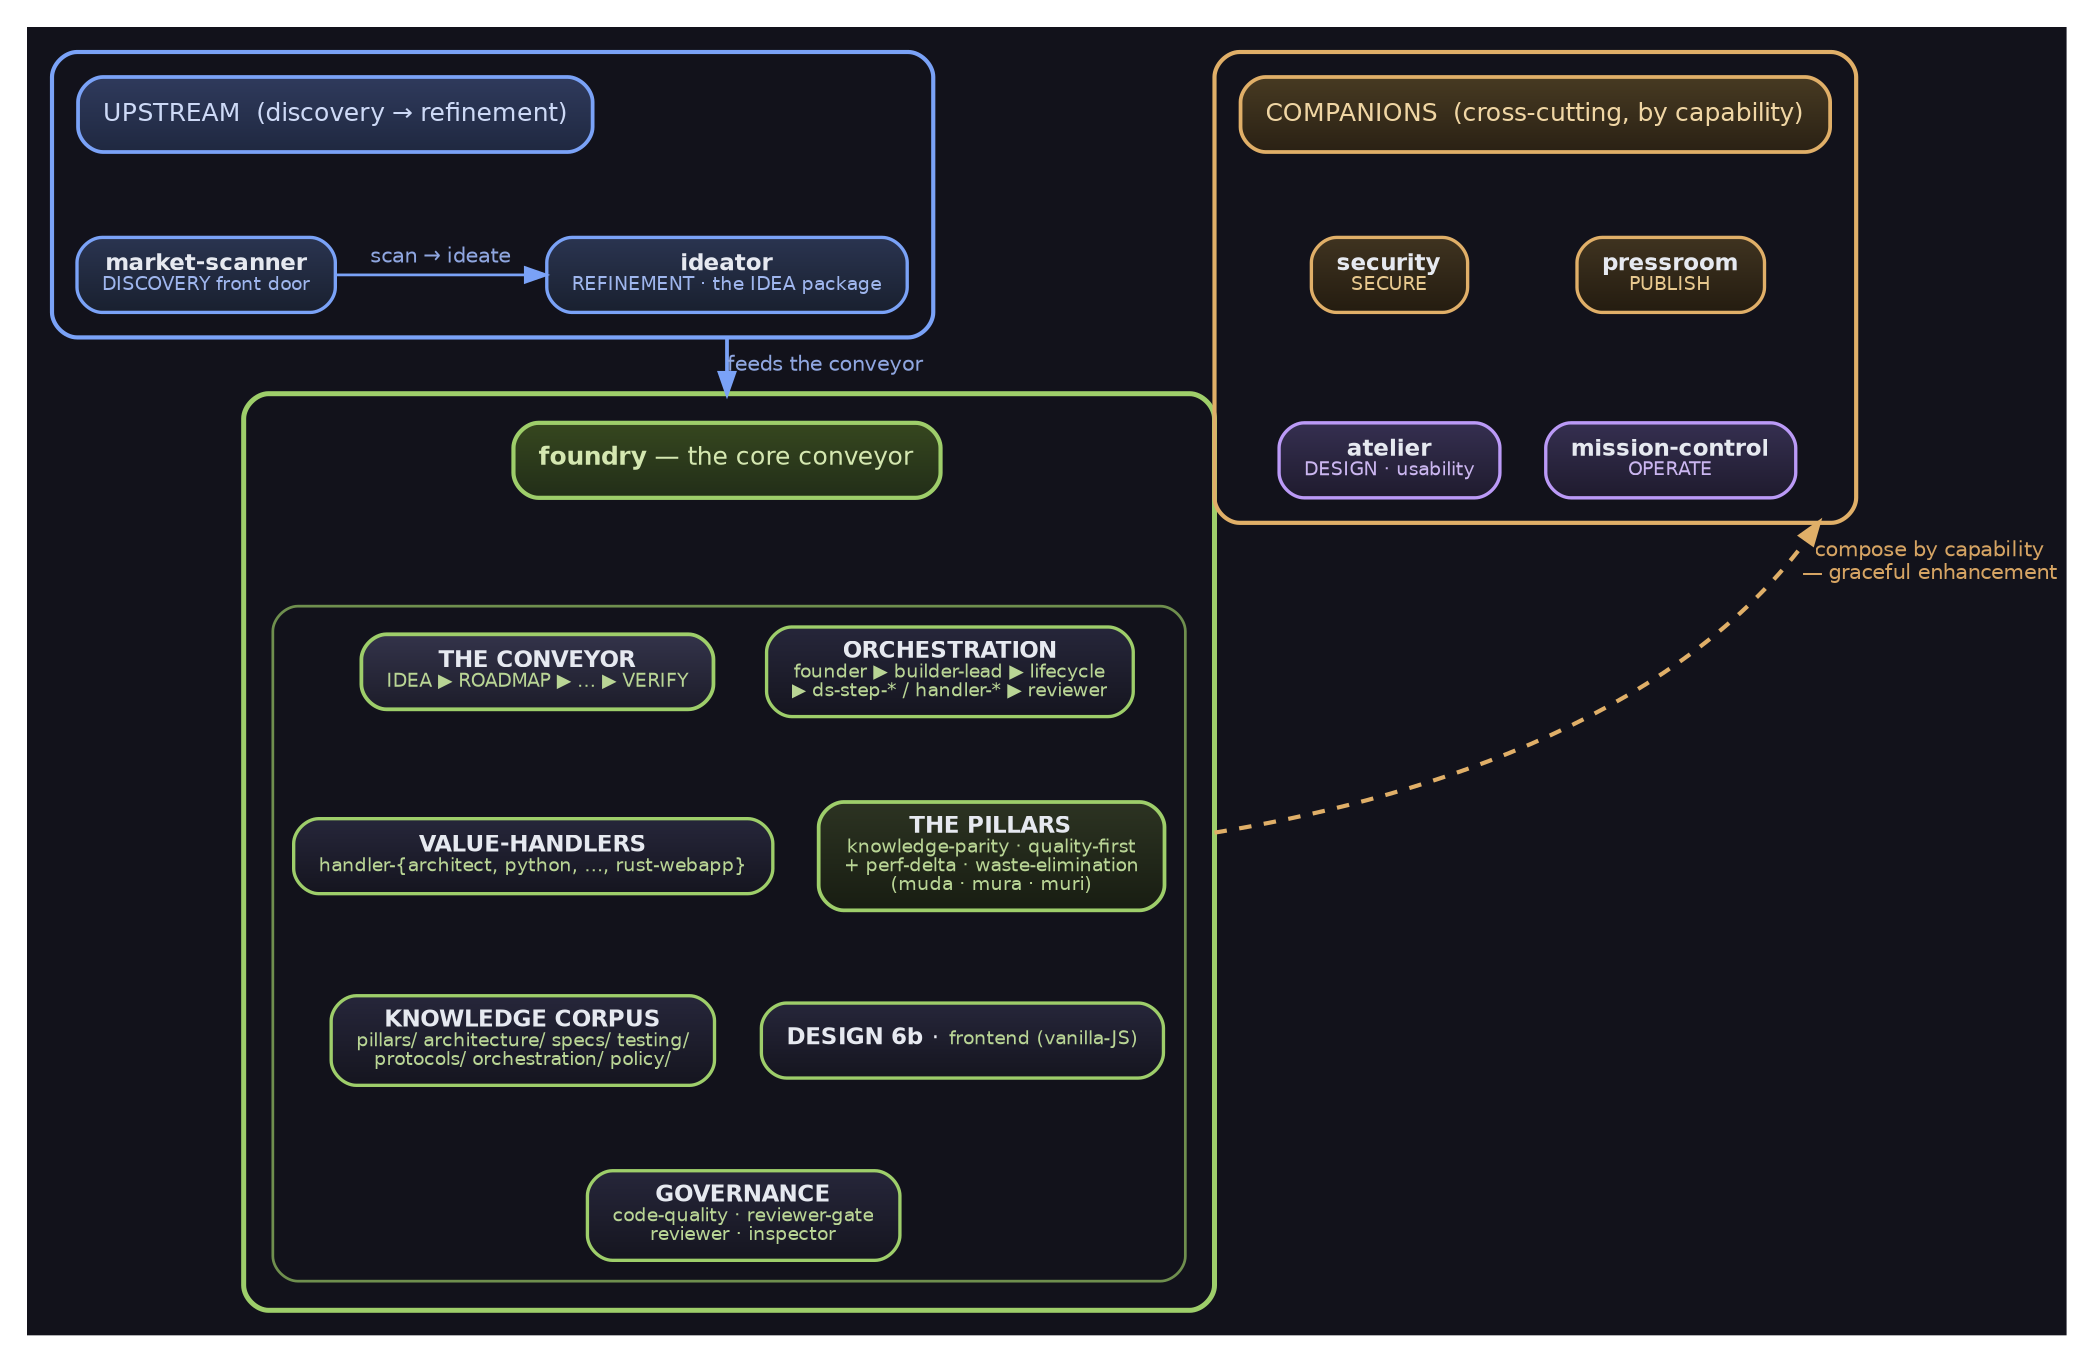
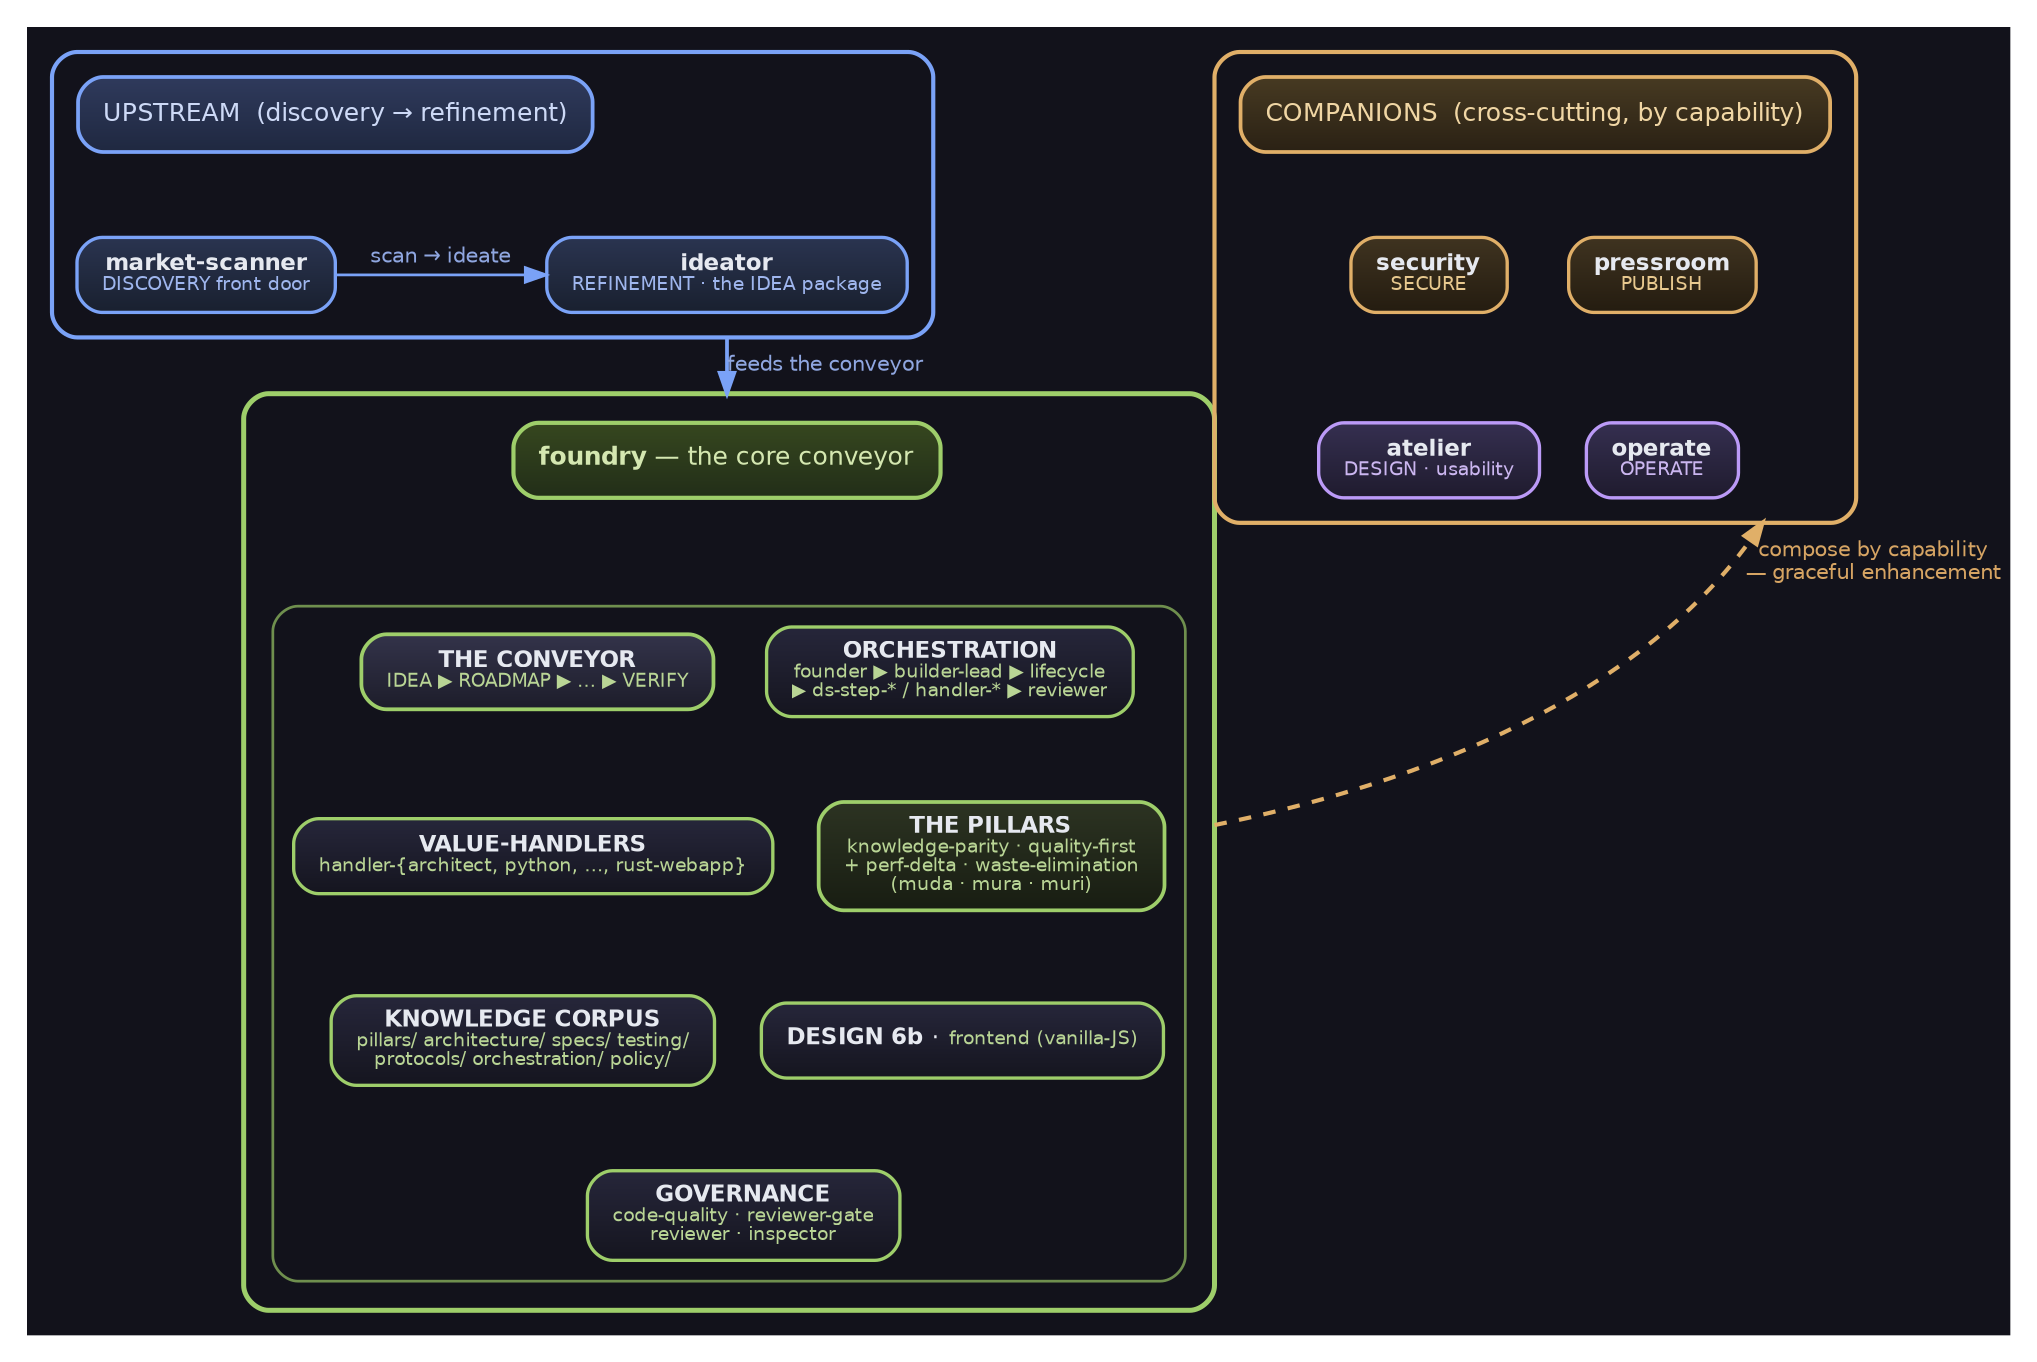
digraph DomainArchB {
  bgcolor="#12121b"
  rankdir=TB
  compound=true
  newrank=true
  nodesep=0.30
  ranksep=0.55
  margin=0.18
  fontname="DejaVu Sans"

  // node default carries a top-lit vertical gradient (lighter top → darker bottom) so every
  // filled box reads as a raised plate (graphviz-native depth; gradientangle=270 = top→bottom).
  node [shape=box, style="filled,rounded", fillcolor="#26263a:#15151f", gradientangle=270,
        color="#9aa2c0", fontcolor="#e6e9f0", fontname="DejaVu Sans", fontsize=11,
        penwidth=1.6, margin="0.16,0.10"]
  edge [color="#9aa2c0", fontcolor="#b8bed0", fontname="DejaVu Sans",
        fontsize=10, penwidth=1.3]

  // Cluster titles ride ON a filled accent chip so the cluster NAME clears BOTH
  // grounds (a plain cluster label on transparent ground washes out on white).

  // ================= UPSTREAM lane (top) =================
  subgraph cluster_upstream {
    label=""
    style="rounded"; color="#7aa2f7"; penwidth=2.0; bgcolor="transparent"; margin=12

    up_title [label="UPSTREAM  (discovery → refinement)", shape=box,
              style="filled,rounded", fillcolor="#2f3a5c:#1f2840", color="#7aa2f7",
              fontcolor="#cdd9f6", fontsize=12, penwidth=1.8]
    scanner [label=<<b>market-scanner</b><br/><font point-size="9" color="#9fb6ee">DISCOVERY front door</font>>,
             fillcolor="#2a3450:#19202f", color="#7aa2f7"]
    ideator [label=<<b>ideator</b><br/><font point-size="9" color="#9fb6ee">REFINEMENT &middot; the IDEA package</font>>,
             fillcolor="#2a3450:#19202f", color="#7aa2f7"]

    // scan → ideate: market-scanner LEFT, ideator RIGHT, arrow points right (reading order)
    { rank=same; scanner; ideator }
    up_title -> scanner [style=invis]
    scanner -> ideator [label="  scan → ideate  ", fontcolor="#8fa6e0", color="#7aa2f7",
                        weight=20]
  }

  // ================= CORE foundry (middle) =================
  subgraph cluster_core {
    label=""
    style="rounded"; color="#9ece6a"; penwidth=2.4; bgcolor="transparent"; margin=14

    core_title [label=<<b>foundry</b> &mdash; the core conveyor>, shape=box,
                style="filled,rounded", fillcolor="#36471f:#222e18", color="#9ece6a",
                fontcolor="#d4e7b0", fontsize=12, penwidth=2.0]

    subgraph cluster_core_cells {
      label=""
      style="rounded"; color="#6f8f4e"; penwidth=1.3; bgcolor="transparent"; margin=10

      cell_conveyor [label=<<b>THE CONVEYOR</b><br/><font point-size="9" color="#b9d595">IDEA ▶ ROADMAP ▶ … ▶ VERIFY</font>>,
                     fillcolor="#33334a:#1d1d2a", color="#9ece6a", penwidth=1.8]
      cell_orch [label=<<b>ORCHESTRATION</b><br/><font point-size="9" color="#b9d595">founder ▶ builder-lead ▶ lifecycle<br/>▶ ds-step-* / handler-* ▶ reviewer</font>>,
                 fillcolor="#26263a:#15151f", color="#9ece6a"]
      cell_handlers [label=<<b>VALUE-HANDLERS</b><br/><font point-size="9" color="#b9d595">handler-{architect, python, &hellip;, rust-webapp}</font>>,
                     fillcolor="#26263a:#15151f", color="#9ece6a"]
      cell_pillars [label=<<b>THE PILLARS</b><br/><font point-size="9" color="#b9d595">knowledge-parity &middot; quality-first<br/>+ perf-delta &middot; waste-elimination<br/>(muda &middot; mura &middot; muri)</font>>,
                    fillcolor="#2c3322:#181d12", color="#9ece6a", penwidth=1.8]
      cell_corpus [label=<<b>KNOWLEDGE CORPUS</b><br/><font point-size="9" color="#b9d595">pillars/ architecture/ specs/ testing/<br/>protocols/ orchestration/ policy/</font>>,
                   fillcolor="#26263a:#15151f", color="#9ece6a"]
      cell_design [label=<<b>DESIGN 6b</b> &middot; <font point-size="9" color="#b9d595">frontend (vanilla-JS)</font>>,
                   fillcolor="#26263a:#15151f", color="#9ece6a"]
      cell_gov [label=<<b>GOVERNANCE</b><br/><font point-size="9" color="#b9d595">code-quality &middot; reviewer-gate<br/>reviewer &middot; inspector</font>>,
                fillcolor="#26263a:#15151f", color="#9ece6a"]

      // fold the 7 cells into a 2-wide grid so the core box stays compact
      { rank=same; cell_conveyor;  cell_orch }
      { rank=same; cell_handlers;  cell_pillars }
      { rank=same; cell_corpus;    cell_design }
      cell_conveyor  -> cell_handlers [style=invis]
      cell_orch      -> cell_pillars  [style=invis]
      cell_handlers  -> cell_corpus   [style=invis]
      cell_pillars   -> cell_design   [style=invis]
      cell_corpus    -> cell_gov      [style=invis]
      cell_design    -> cell_gov      [style=invis]
    }

    core_title -> cell_conveyor [style=invis]
    core_title -> cell_orch     [style=invis]
  }

  // ================= COMPANIONS lane (bottom) =================
  subgraph cluster_companions {
    label=""
    style="rounded"; color="#e0af68"; penwidth=2.0; bgcolor="transparent"; margin=12

    co_title [label="COMPANIONS  (cross-cutting, by capability)", shape=box,
              style="filled,rounded", fillcolor="#473a22:#2a2114", color="#e0af68",
              fontcolor="#f0d6a4", fontsize=12, penwidth=1.8]
    security [label=<<b>security</b><br/><font point-size="9" color="#e8c98f">SECURE</font>>,
              fillcolor="#3f3320:#241c10", color="#e0af68"]
    pressroom [label=<<b>pressroom</b><br/><font point-size="9" color="#e8c98f">PUBLISH</font>>,
               fillcolor="#3f3320:#241c10", color="#e0af68"]
    atelier [label=<<b>atelier</b><br/><font point-size="9" color="#cbb6f0">DESIGN &middot; usability</font>>,
             fillcolor="#352f50:#1f1b2e", color="#bb9af7"]
-     mission [label=<<b>mission-control</b><br/><font point-size="9" color="#cbb6f0">OPERATE</font>>,
+     mission [label=<<b>operate</b><br/><font point-size="9" color="#cbb6f0">OPERATE</font>>,
             fillcolor="#352f50:#1f1b2e", color="#bb9af7"]

    // clean 2×2 grid DIRECTLY beneath the title bar (no L-shaped spill)
    { rank=same; security;  pressroom }
    { rank=same; atelier;   mission }
    co_title  -> security  [style=invis]
    co_title  -> pressroom [style=invis]
    security  -> atelier   [style=invis, weight=10]
    pressroom -> mission   [style=invis, weight=10]
  }

  // ================= cross-lane flow =================
  ideator -> core_title [ltail=cluster_upstream, lhead=cluster_core,
                         label="feeds the conveyor", color="#7aa2f7",
                         fontcolor="#8fa6e0", penwidth=1.8, weight=20]

  // ONE group→group edge: companions cluster cross-cuts the WHOLE foundry.
  // ltail/lhead clip the edge to BOTH cluster boundaries — it terminates on the
  // core BOUNDARY, not a single inner cell, so it reads as whole-foundry enhancement.
  cell_pillars -> security [ltail=cluster_core, lhead=cluster_companions,
                            label="compose by capability\n— graceful enhancement",
                            color="#e0af68", fontcolor="#d6a463", style=dashed,
                            penwidth=2.0, dir=both, arrowtail=none, weight=1,
                            constraint=false]
}
